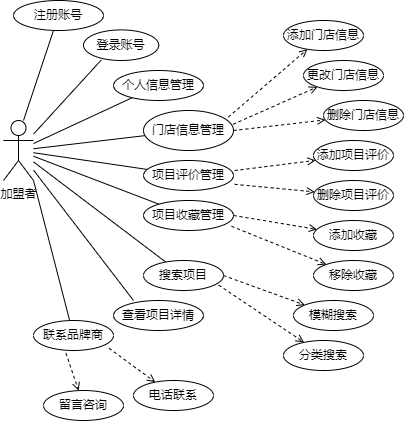
Chenyang-1024/DiagramsFromDrawIO keeps this draw.io diagram as diagrams/test.png. Above is the earlier version. Source tidied: cells renumbered, new cells last; positions are measured from the earlier drawing's top-left corner, leaving out a move shared by most shapes.
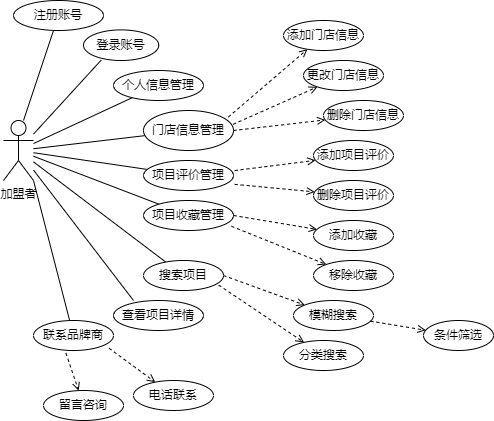
After the commit.

The edit, as a diff of the source:
```diff
@@ -129,5 +129,11 @@
     <mxCell id="42" value="留言咨询" style="ellipse;whiteSpace=wrap;html=1;" parent="1" vertex="1">
       <mxGeometry x="40" y="390" width="80" height="30" as="geometry" />
     </mxCell>
+    <mxCell id="43" style="endArrow=open;dashed=1;html=1;rounded=0;endFill=0;" parent="1" edge="1" source="32" target="44">
+      <mxGeometry relative="1" as="geometry" />
+    </mxCell>
+    <mxCell id="44" value="条件筛选" style="ellipse;whiteSpace=wrap;html=1;" parent="1" vertex="1">
+      <mxGeometry x="420" y="320" width="70" height="30" as="geometry" />
+    </mxCell>
   </root>
 </mxGraphModel>
```
